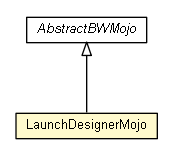
This is bw-maven-plugin/apidocs/fr/fastconnect/factory/tibco/bw/maven/run/LaunchDesignerMojo.png from fastconnect/tibco-factory, a Graphviz export, as it was before one commit. Its source is kept beside it as bw-maven-plugin/apidocs/fr/fastconnect/factory/tibco/bw/maven/run/LaunchDesignerMojo.dot.
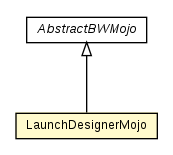
Later version of the same file.

Diff of the diagram source:
```diff
@@ -1,18 +1,18 @@
 
 digraph G {
-	edge [fontname="arial",fontsize=10,labelfontname="arial",labelfontsize=10];
-	node [fontname="arial",fontsize=10,shape=plaintext];
+	edge [fontname="Helvetica",fontsize=10,labelfontname="Helvetica",labelfontsize=10];
+	node [fontname="Helvetica",fontsize=10,shape=plaintext];
 	nodesep=0.25;
 	ranksep=0.5;
-	c3078 [label=<<table title="fr.fastconnect.factory.tibco.bw.maven.AbstractBWMojo" border="0" cellborder="1" cellspacing="0" cellpadding="2" port="p" href="../AbstractBWMojo.html">
+	c3334 [label=<<table title="fr.fastconnect.factory.tibco.bw.maven.AbstractBWMojo" border="0" cellborder="1" cellspacing="0" cellpadding="2" port="p" href="../AbstractBWMojo.html">
 		<tr><td><table border="0" cellspacing="0" cellpadding="1">
-<tr><td align="center" balign="center"><font face="arial italic"> AbstractBWMojo </font></td></tr>
+<tr><td align="center" balign="center"><font face="Helvetica-Oblique"> AbstractBWMojo </font></td></tr>
 		</table></td></tr>
-		</table>>, URL="../AbstractBWMojo.html", fontname="arial", fontcolor="black", fontsize=10.0];
-	c3117 [label=<<table title="fr.fastconnect.factory.tibco.bw.maven.run.LaunchDesignerMojo" border="0" cellborder="1" cellspacing="0" cellpadding="2" port="p" bgcolor="lemonChiffon" href="./LaunchDesignerMojo.html">
+		</table>>, URL="../AbstractBWMojo.html", fontname="Helvetica", fontcolor="black", fontsize=10.0];
+	c3364 [label=<<table title="fr.fastconnect.factory.tibco.bw.maven.run.LaunchDesignerMojo" border="0" cellborder="1" cellspacing="0" cellpadding="2" port="p" bgcolor="lemonChiffon" href="./LaunchDesignerMojo.html">
 		<tr><td><table border="0" cellspacing="0" cellpadding="1">
 <tr><td align="center" balign="center"> LaunchDesignerMojo </td></tr>
 		</table></td></tr>
-		</table>>, URL="./LaunchDesignerMojo.html", fontname="arial", fontcolor="black", fontsize=10.0];
-	c3078:p -> c3117:p [dir=back,arrowtail=empty];
+		</table>>, URL="./LaunchDesignerMojo.html", fontname="Helvetica", fontcolor="black", fontsize=10.0];
+	c3334:p -> c3364:p [dir=back,arrowtail=empty];
 }
```
